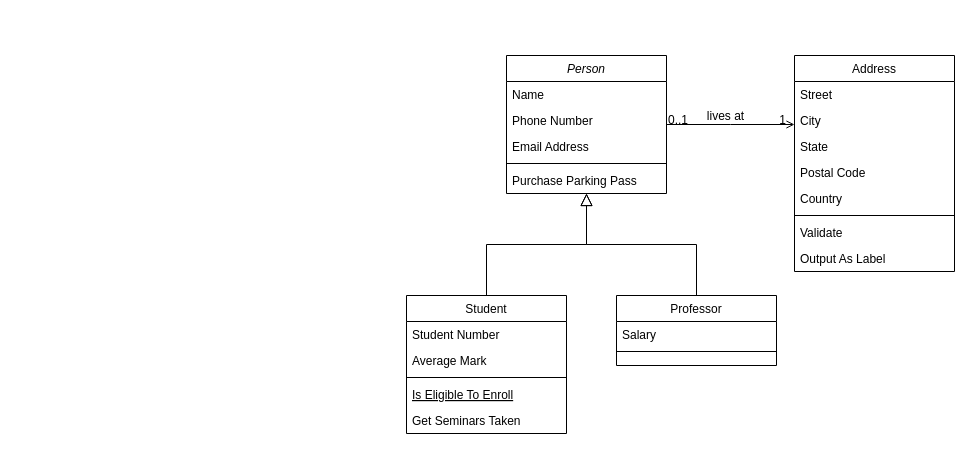
The draw.io diagram CleanCode.drawio in muscleee/UML, before the edit. Source tidied: cells renumbered, new cells numbered last; positions are measured from the earlier drawing's top-left corner, leaving out a move shared by most shapes. Both pictures are drawn from the tidied source at 100%, with x=0, y=0 at pixel (406, 55).
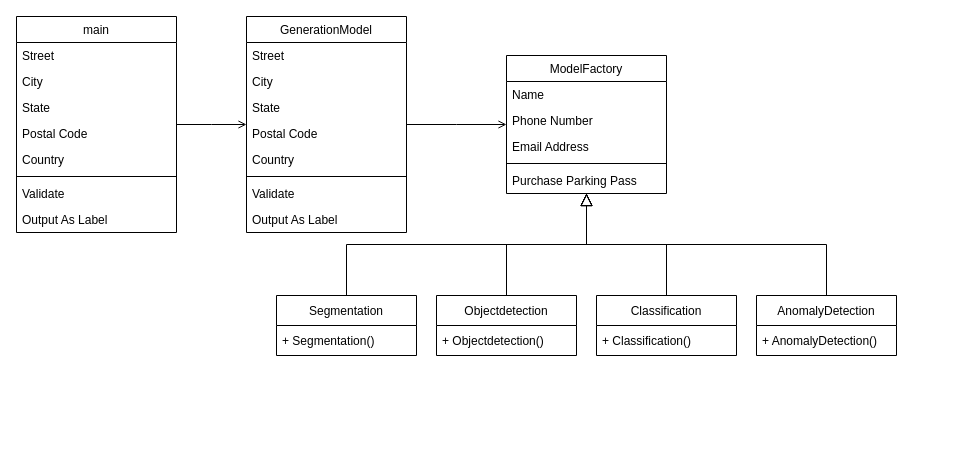
The same page after the edit.

Diff of the diagram source:
```diff
@@
-    <mxCell id="2" value="Person" style="swimlane;fontStyle=2;align=center;verticalAlign=top;horizontal=1;startSize=26;rounded=0;shadow=0;strokeWidth=1;" parent="1" vertex="1">
+    <mxCell id="2" value="ModelFactory" style="swimlane;fontStyle=0;align=center;verticalAlign=top;horizontal=1;startSize=26;rounded=0;shadow=0;strokeWidth=1;" parent="1" vertex="1">
       <mxGeometry x="100" width="160" height="138" as="geometry" />
     </mxCell>
@@
-    <mxCell id="8" value="Student" style="swimlane;fontStyle=0;align=center;verticalAlign=top;horizontal=1;startSize=26;rounded=0;shadow=0;strokeWidth=1;" parent="1" vertex="1">
-      <mxGeometry y="240" width="160" height="138" as="geometry" />
-    </mxCell>
-    <mxCell id="9" value="Student Number" style="text;align=left;verticalAlign=top;spacingLeft=4;spacingRight=4;overflow=hidden;" parent="8" vertex="1">
-      <mxGeometry y="26" width="160" height="26" as="geometry" />
-    </mxCell>
-    <mxCell id="10" value="Average Mark" style="text;align=left;verticalAlign=top;spacingLeft=4;spacingRight=4;overflow=hidden;rounded=0;shadow=0;html=0;" parent="8" vertex="1">
-      <mxGeometry y="52" width="160" height="26" as="geometry" />
-    </mxCell>
-    <mxCell id="11" style="line;html=1;strokeWidth=1;align=left;verticalAlign=middle;spacingTop=-1;spacingLeft=3;spacingRight=3;labelPosition=right;" parent="8" vertex="1">
-      <mxGeometry y="78" width="160" height="8" as="geometry" />
-    </mxCell>
-    <mxCell id="12" value="Is Eligible To Enroll" style="text;align=left;verticalAlign=top;spacingLeft=4;spacingRight=4;overflow=hidden;fontStyle=4;" parent="8" vertex="1">
-      <mxGeometry y="86" width="160" height="26" as="geometry" />
-    </mxCell>
-    <mxCell id="13" value="Get Seminars Taken" style="text;align=left;verticalAlign=top;spacingLeft=4;spacingRight=4;overflow=hidden;" parent="8" vertex="1">
-      <mxGeometry y="112" width="160" height="26" as="geometry" />
-    </mxCell>
-    <mxCell id="14" style="endArrow=block;endSize=10;endFill=0;shadow=0;strokeWidth=1;rounded=0;edgeStyle=elbowEdgeStyle;elbow=vertical;" parent="1" edge="1" source="8" target="2">
+    <mxCell id="14" style="endArrow=block;endSize=10;endFill=0;shadow=0;strokeWidth=1;rounded=0;edgeStyle=elbowEdgeStyle;elbow=vertical;exitX=0.5;exitY=0;exitDx=0;exitDy=0;" parent="1" edge="1" source="43" target="2">
       <mxGeometry relative="1" as="geometry" />
     </mxCell>
-    <mxCell id="15" value="Professor" style="swimlane;fontStyle=0;align=center;verticalAlign=top;horizontal=1;startSize=26;rounded=0;shadow=0;strokeWidth=1;" parent="1" vertex="1">
-      <mxGeometry x="210" y="240" width="160" height="70" as="geometry" />
-    </mxCell>
-    <mxCell id="16" value="Salary" style="text;align=left;verticalAlign=top;spacingLeft=4;spacingRight=4;overflow=hidden;" parent="15" vertex="1">
-      <mxGeometry y="26" width="160" height="26" as="geometry" />
-    </mxCell>
-    <mxCell id="17" style="line;html=1;strokeWidth=1;align=left;verticalAlign=middle;spacingTop=-1;spacingLeft=3;spacingRight=3;labelPosition=right;" parent="15" vertex="1">
-      <mxGeometry y="52" width="160" height="8" as="geometry" />
-    </mxCell>
-    <mxCell id="18" style="endArrow=block;endSize=10;endFill=0;shadow=0;strokeWidth=1;rounded=0;edgeStyle=elbowEdgeStyle;elbow=vertical;" parent="1" edge="1" source="15" target="2">
+    <mxCell id="18" style="endArrow=block;endSize=10;endFill=0;shadow=0;strokeWidth=1;rounded=0;edgeStyle=elbowEdgeStyle;elbow=vertical;exitX=0.5;exitY=0;exitDx=0;exitDy=0;" parent="1" edge="1" source="45" target="2">
       <mxGeometry relative="1" as="geometry" />
     </mxCell>
-    <mxCell id="19" value="Address" style="swimlane;fontStyle=0;align=center;verticalAlign=top;horizontal=1;startSize=26;rounded=0;shadow=0;strokeWidth=1;" parent="1" vertex="1">
-      <mxGeometry x="388" width="160" height="216" as="geometry" />
+    <mxCell id="19" value="GenerationModel" style="swimlane;fontStyle=0;align=center;verticalAlign=top;horizontal=1;startSize=26;rounded=0;shadow=0;strokeWidth=1;" parent="1" vertex="1">
+      <mxGeometry x="-160" y="-39" width="160" height="216" as="geometry" />
     </mxCell>
@@
-    <mxCell id="28" style="endArrow=open;shadow=0;strokeWidth=1;rounded=0;endFill=1;edgeStyle=elbowEdgeStyle;elbow=vertical;" parent="1" edge="1" source="2" target="19">
+    <mxCell id="28" style="endArrow=open;shadow=0;strokeWidth=1;rounded=0;endFill=1;edgeStyle=elbowEdgeStyle;elbow=vertical;" parent="1" edge="1" source="19" target="2">
       <mxGeometry x="0.5" y="41" relative="1" as="geometry">
         <mxPoint x="-40" y="32" as="offset" />
       </mxGeometry>
     </mxCell>
-    <mxCell id="29" value="0..1" style="align=left;verticalAlign=bottom;labelBackgroundColor=none;fontSize=12;" parent="28" vertex="1">
-      <mxGeometry x="-1" relative="1" as="geometry">
-        <mxPoint y="4" as="offset" />
-      </mxGeometry>
-    </mxCell>
-    <mxCell id="30" value="1" style="align=right;verticalAlign=bottom;labelBackgroundColor=none;fontSize=12;" parent="28" vertex="1">
-      <mxGeometry x="1" relative="1" as="geometry">
-        <mxPoint x="-7" y="4" as="offset" />
-      </mxGeometry>
-    </mxCell>
-    <mxCell id="31" value="lives at" style="text;html=1;align=center;verticalAlign=middle;labelBackgroundColor=none;rounded=0;shadow=0;strokeWidth=1;fontSize=12;" parent="28" vertex="1">
-      <mxGeometry x="0.5" y="49" relative="1" as="geometry">
-        <mxPoint x="-38" y="40" as="offset" />
-      </mxGeometry>
-    </mxCell>
+    <mxCell id="32" value="main" style="swimlane;fontStyle=0;align=center;verticalAlign=top;horizontal=1;startSize=26;rounded=0;shadow=0;strokeWidth=1;" parent="1" vertex="1">
+      <mxGeometry x="-390" y="-39" width="160" height="216" as="geometry" />
+    </mxCell>
+    <mxCell id="33" value="Street" style="text;align=left;verticalAlign=top;spacingLeft=4;spacingRight=4;overflow=hidden;" parent="32" vertex="1">
+      <mxGeometry y="26" width="160" height="26" as="geometry" />
+    </mxCell>
+    <mxCell id="34" value="City" style="text;align=left;verticalAlign=top;spacingLeft=4;spacingRight=4;overflow=hidden;rounded=0;shadow=0;html=0;" parent="32" vertex="1">
+      <mxGeometry y="52" width="160" height="26" as="geometry" />
+    </mxCell>
+    <mxCell id="35" value="State" style="text;align=left;verticalAlign=top;spacingLeft=4;spacingRight=4;overflow=hidden;rounded=0;shadow=0;html=0;" parent="32" vertex="1">
+      <mxGeometry y="78" width="160" height="26" as="geometry" />
+    </mxCell>
+    <mxCell id="36" value="Postal Code" style="text;align=left;verticalAlign=top;spacingLeft=4;spacingRight=4;overflow=hidden;rounded=0;shadow=0;html=0;" parent="32" vertex="1">
+      <mxGeometry y="104" width="160" height="26" as="geometry" />
+    </mxCell>
+    <mxCell id="37" value="Country" style="text;align=left;verticalAlign=top;spacingLeft=4;spacingRight=4;overflow=hidden;rounded=0;shadow=0;html=0;" parent="32" vertex="1">
+      <mxGeometry y="130" width="160" height="26" as="geometry" />
+    </mxCell>
+    <mxCell id="38" style="line;html=1;strokeWidth=1;align=left;verticalAlign=middle;spacingTop=-1;spacingLeft=3;spacingRight=3;labelPosition=right;" parent="32" vertex="1">
+      <mxGeometry y="156" width="160" height="8" as="geometry" />
+    </mxCell>
+    <mxCell id="39" value="Validate" style="text;align=left;verticalAlign=top;spacingLeft=4;spacingRight=4;overflow=hidden;" parent="32" vertex="1">
+      <mxGeometry y="164" width="160" height="26" as="geometry" />
+    </mxCell>
+    <mxCell id="40" value="Output As Label" style="text;align=left;verticalAlign=top;spacingLeft=4;spacingRight=4;overflow=hidden;" parent="32" vertex="1">
+      <mxGeometry y="190" width="160" height="26" as="geometry" />
+    </mxCell>
+    <mxCell id="41" style="endArrow=open;shadow=0;strokeWidth=1;rounded=0;endFill=1;edgeStyle=elbowEdgeStyle;elbow=vertical;" parent="1" edge="1" source="32">
+      <mxGeometry x="0.5" y="41" relative="1" as="geometry">
+        <mxPoint x="-160" y="69" as="targetPoint" />
+        <mxPoint x="-40" y="32" as="offset" />
+      </mxGeometry>
+    </mxCell>
+    <mxCell id="42" style="endArrow=block;endSize=10;endFill=0;shadow=0;strokeWidth=1;rounded=0;edgeStyle=elbowEdgeStyle;elbow=vertical;exitX=0.5;exitY=0;exitDx=0;exitDy=0;" parent="1" edge="1" source="47">
+      <mxGeometry relative="1" as="geometry">
+        <mxPoint x="180" y="138" as="targetPoint" />
+      </mxGeometry>
+    </mxCell>
+    <mxCell id="43" value="Segmentation" style="swimlane;fontStyle=0;horizontal=1;startSize=30;" parent="1" vertex="1">
+      <mxGeometry x="-130" y="240" width="140" height="60" as="geometry" />
+    </mxCell>
+    <mxCell id="44" value="+ Segmentation()" style="text;strokeColor=none;fillColor=none;align=left;verticalAlign=middle;spacingLeft=4;spacingRight=4;overflow=hidden;" parent="43" vertex="1">
+      <mxGeometry y="30" width="140" height="30" as="geometry" />
+    </mxCell>
+    <mxCell id="45" value="Objectdetection" style="swimlane;fontStyle=0;horizontal=1;startSize=30;" parent="1" vertex="1">
+      <mxGeometry x="30" y="240" width="140" height="60" as="geometry" />
+    </mxCell>
+    <mxCell id="46" value="+ Objectdetection()" style="text;strokeColor=none;fillColor=none;align=left;verticalAlign=middle;spacingLeft=4;spacingRight=4;overflow=hidden;" parent="45" vertex="1">
+      <mxGeometry y="30" width="140" height="30" as="geometry" />
+    </mxCell>
+    <mxCell id="47" value="Classification" style="swimlane;fontStyle=0;horizontal=1;startSize=30;" parent="1" vertex="1">
+      <mxGeometry x="190" y="240" width="140" height="60" as="geometry" />
+    </mxCell>
+    <mxCell id="48" value="+ Classification()" style="text;strokeColor=none;fillColor=none;align=left;verticalAlign=middle;spacingLeft=4;spacingRight=4;overflow=hidden;" parent="47" vertex="1">
+      <mxGeometry y="30" width="140" height="30" as="geometry" />
+    </mxCell>
+    <mxCell id="49" style="endArrow=block;endSize=10;endFill=0;shadow=0;strokeWidth=1;rounded=0;edgeStyle=elbowEdgeStyle;elbow=vertical;exitX=0.5;exitY=0;exitDx=0;exitDy=0;" parent="1" edge="1" source="50">
+      <mxGeometry relative="1" as="geometry">
+        <mxPoint x="180" y="138" as="targetPoint" />
+      </mxGeometry>
+    </mxCell>
+    <mxCell id="50" value="AnomalyDetection" style="swimlane;fontStyle=0;horizontal=1;startSize=30;" parent="1" vertex="1">
+      <mxGeometry x="350" y="240" width="140" height="60" as="geometry" />
+    </mxCell>
+    <mxCell id="51" value="+ AnomalyDetection()" style="text;strokeColor=none;fillColor=none;align=left;verticalAlign=middle;spacingLeft=4;spacingRight=4;overflow=hidden;" parent="50" vertex="1">
+      <mxGeometry y="30" width="140" height="30" as="geometry" />
+    </mxCell>
```
